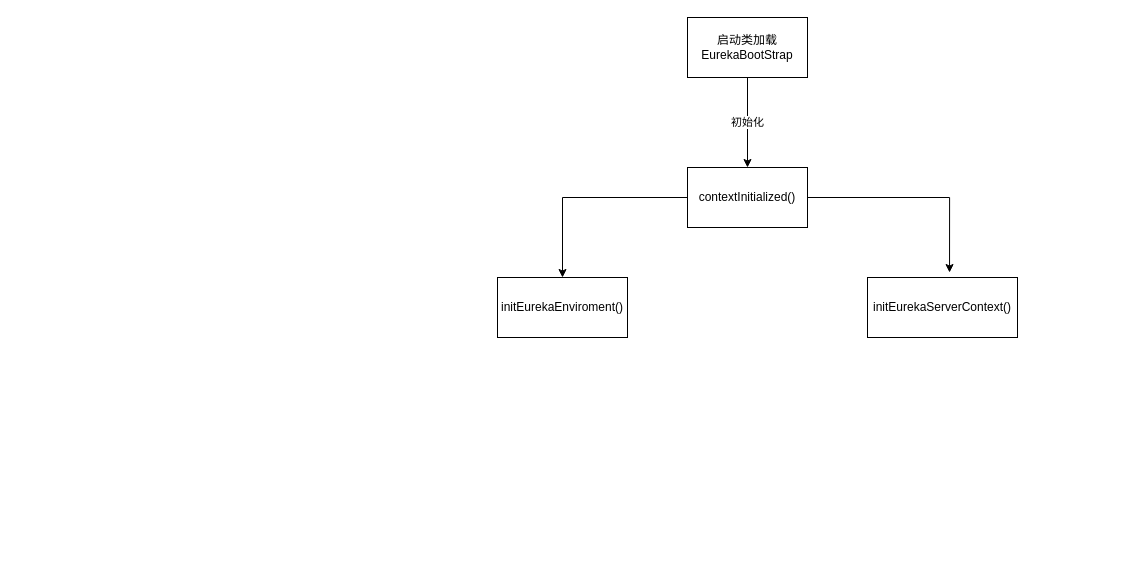
The draw.io diagram 架构笔记/eureka-server初始化.drawio in childin/childin, before the edit. Source tidied: cells renumbered, new cells numbered last; positions are measured from the earlier drawing's top-left corner, leaving out a move shared by most shapes. Both pictures are drawn from the tidied source at 100%, with x=0, y=0 at pixel (497, 17).
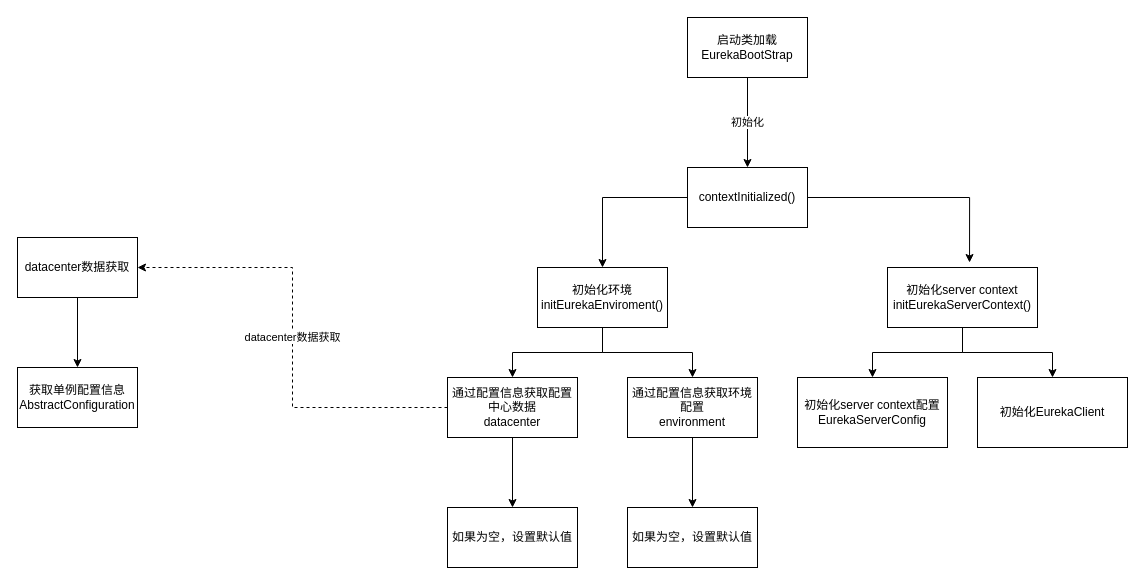
After the change.

Commit message:
更新eureka-server初始化.drawio

The edit, as a diff of the source:
```diff
@@
+    <mxCell id="9" style="edgeStyle=orthogonalEdgeStyle;rounded=0;jettySize=auto;html=1;entryX=0.5;entryY=0;entryDx=0;entryDy=0;" parent="1" edge="1" source="7" target="15">
+      <mxGeometry relative="1" as="geometry" />
+    </mxCell>
+    <mxCell id="10" style="edgeStyle=orthogonalEdgeStyle;rounded=0;jettySize=auto;html=1;entryX=0.5;entryY=0;entryDx=0;entryDy=0;" parent="1" edge="1" source="7" target="18">
+      <mxGeometry relative="1" as="geometry" />
+    </mxCell>
-    <mxCell id="7" value="initEurekaEnviroment()" style="rounded=0;whiteSpace=wrap;html=1;" parent="1" vertex="1">
-      <mxGeometry y="260" width="130" height="60" as="geometry" />
+    <mxCell id="7" value="初始化环境&lt;br&gt;initEurekaEnviroment()" style="rounded=0;whiteSpace=wrap;html=1;" parent="1" vertex="1">
+      <mxGeometry x="40" y="250" width="130" height="60" as="geometry" />
     </mxCell>
+    <mxCell id="11" style="edgeStyle=orthogonalEdgeStyle;rounded=0;jettySize=auto;html=1;entryX=0.5;entryY=0;entryDx=0;entryDy=0;" parent="1" edge="1" source="8" target="20">
+      <mxGeometry relative="1" as="geometry" />
+    </mxCell>
+    <mxCell id="12" style="edgeStyle=orthogonalEdgeStyle;rounded=0;jettySize=auto;html=1;entryX=0.5;entryY=0;entryDx=0;entryDy=0;" parent="1" edge="1" source="8" target="21">
+      <mxGeometry relative="1" as="geometry" />
+    </mxCell>
-    <mxCell id="8" value="initEurekaServerContext()" style="rounded=0;whiteSpace=wrap;html=1;" parent="1" vertex="1">
-      <mxGeometry x="370" y="260" width="150" height="60" as="geometry" />
+    <mxCell id="8" value="初始化server context&lt;br&gt;initEurekaServerContext()" style="rounded=0;whiteSpace=wrap;html=1;" parent="1" vertex="1">
+      <mxGeometry x="390" y="250" width="150" height="60" as="geometry" />
     </mxCell>
+    <mxCell id="13" style="edgeStyle=orthogonalEdgeStyle;rounded=0;jettySize=auto;html=1;entryX=0.5;entryY=0;entryDx=0;entryDy=0;" parent="1" edge="1" source="15" target="16">
+      <mxGeometry relative="1" as="geometry" />
+    </mxCell>
+    <mxCell id="14" value="datacenter数据获取" style="edgeStyle=orthogonalEdgeStyle;rounded=0;jettySize=auto;html=1;entryX=1;entryY=0.5;entryDx=0;entryDy=0;dashed=1;" parent="1" edge="1" source="15" target="23">
+      <mxGeometry relative="1" as="geometry" />
+    </mxCell>
+    <mxCell id="15" value="通过配置信息获取配置中心数据&lt;br&gt;datacenter" style="rounded=0;whiteSpace=wrap;html=1;" parent="1" vertex="1">
+      <mxGeometry x="-50" y="360" width="130" height="60" as="geometry" />
+    </mxCell>
+    <mxCell id="16" value="如果为空，设置默认值" style="rounded=0;whiteSpace=wrap;html=1;" parent="1" vertex="1">
+      <mxGeometry x="-50" y="490" width="130" height="60" as="geometry" />
+    </mxCell>
+    <mxCell id="17" style="edgeStyle=orthogonalEdgeStyle;rounded=0;jettySize=auto;html=1;" parent="1" edge="1" source="18" target="19">
+      <mxGeometry relative="1" as="geometry" />
+    </mxCell>
+    <mxCell id="18" value="通过配置信息获取环境配置&lt;br&gt;environment" style="rounded=0;whiteSpace=wrap;html=1;" parent="1" vertex="1">
+      <mxGeometry x="130" y="360" width="130" height="60" as="geometry" />
+    </mxCell>
+    <mxCell id="19" value="如果为空，设置默认值" style="rounded=0;whiteSpace=wrap;html=1;" parent="1" vertex="1">
+      <mxGeometry x="130" y="490" width="130" height="60" as="geometry" />
+    </mxCell>
+    <mxCell id="20" value="初始化server context配置&lt;br&gt;EurekaServerConfig" style="rounded=0;whiteSpace=wrap;html=1;" parent="1" vertex="1">
+      <mxGeometry x="300" y="360" width="150" height="70" as="geometry" />
+    </mxCell>
+    <mxCell id="21" value="初始化EurekaClient" style="rounded=0;whiteSpace=wrap;html=1;" parent="1" vertex="1">
+      <mxGeometry x="480" y="360" width="150" height="70" as="geometry" />
+    </mxCell>
+    <mxCell id="22" style="edgeStyle=orthogonalEdgeStyle;rounded=0;jettySize=auto;html=1;entryX=0.5;entryY=0;entryDx=0;entryDy=0;" parent="1" edge="1" source="23" target="24">
+      <mxGeometry relative="1" as="geometry" />
+    </mxCell>
+    <mxCell id="23" value="datacenter数据获取" style="rounded=0;whiteSpace=wrap;html=1;" parent="1" vertex="1">
+      <mxGeometry x="-480" y="220" width="120" height="60" as="geometry" />
+    </mxCell>
+    <mxCell id="24" value="获取单例配置信息AbstractConfiguration" style="rounded=0;whiteSpace=wrap;html=1;" parent="1" vertex="1">
+      <mxGeometry x="-480" y="350" width="120" height="60" as="geometry" />
+    </mxCell>
```
